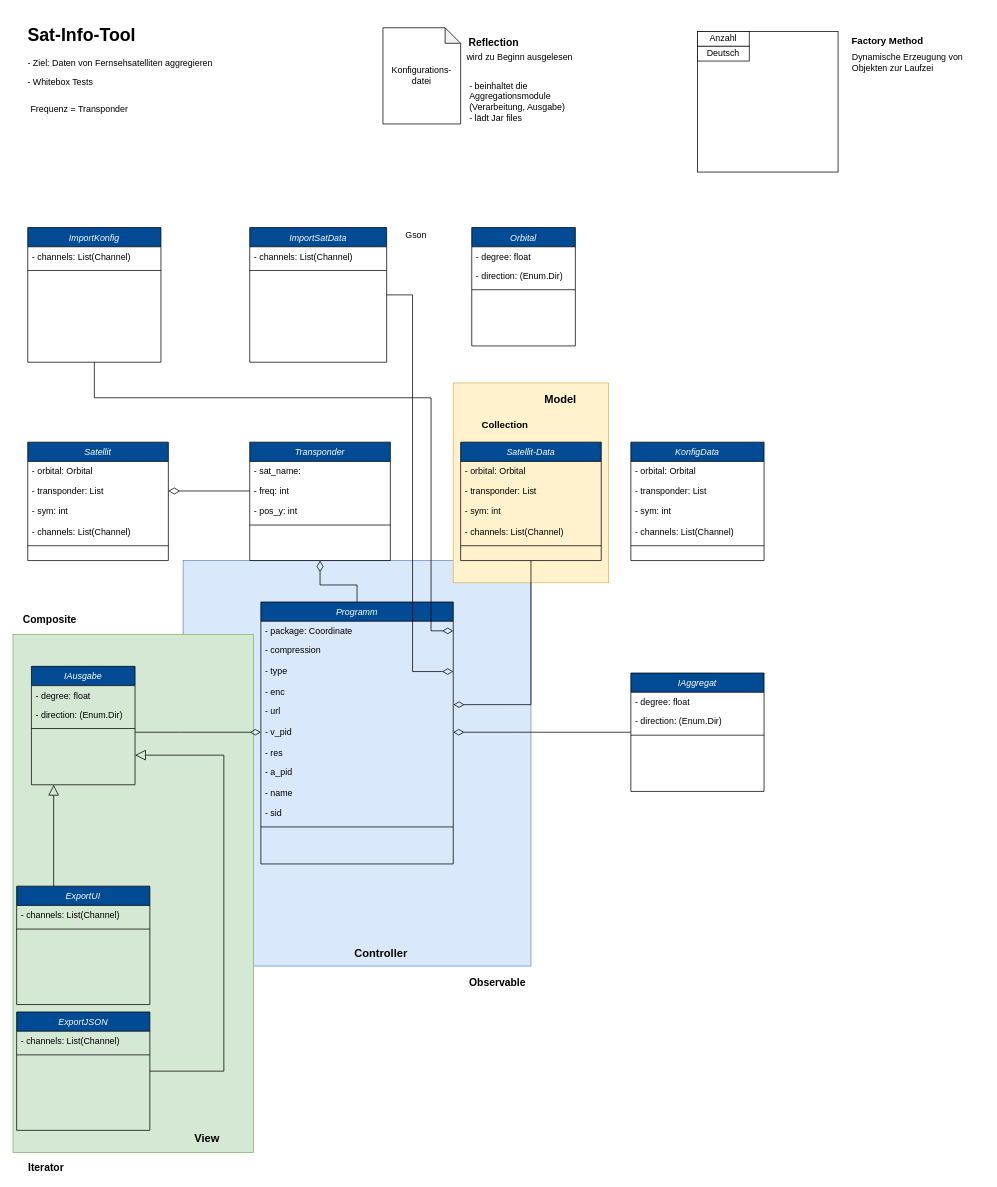
Earlier version of the draw.io diagram Sat-Info-Tool.drawio (AndelasOne/Sat-Info-Tool). Source tidied: cells renumbered, new cells numbered last; positions are measured from the earlier drawing's top-left corner, leaving out a move shared by most shapes. Both pictures are drawn from the tidied source at 74%, with x=0, y=0 at pixel (13, 20).
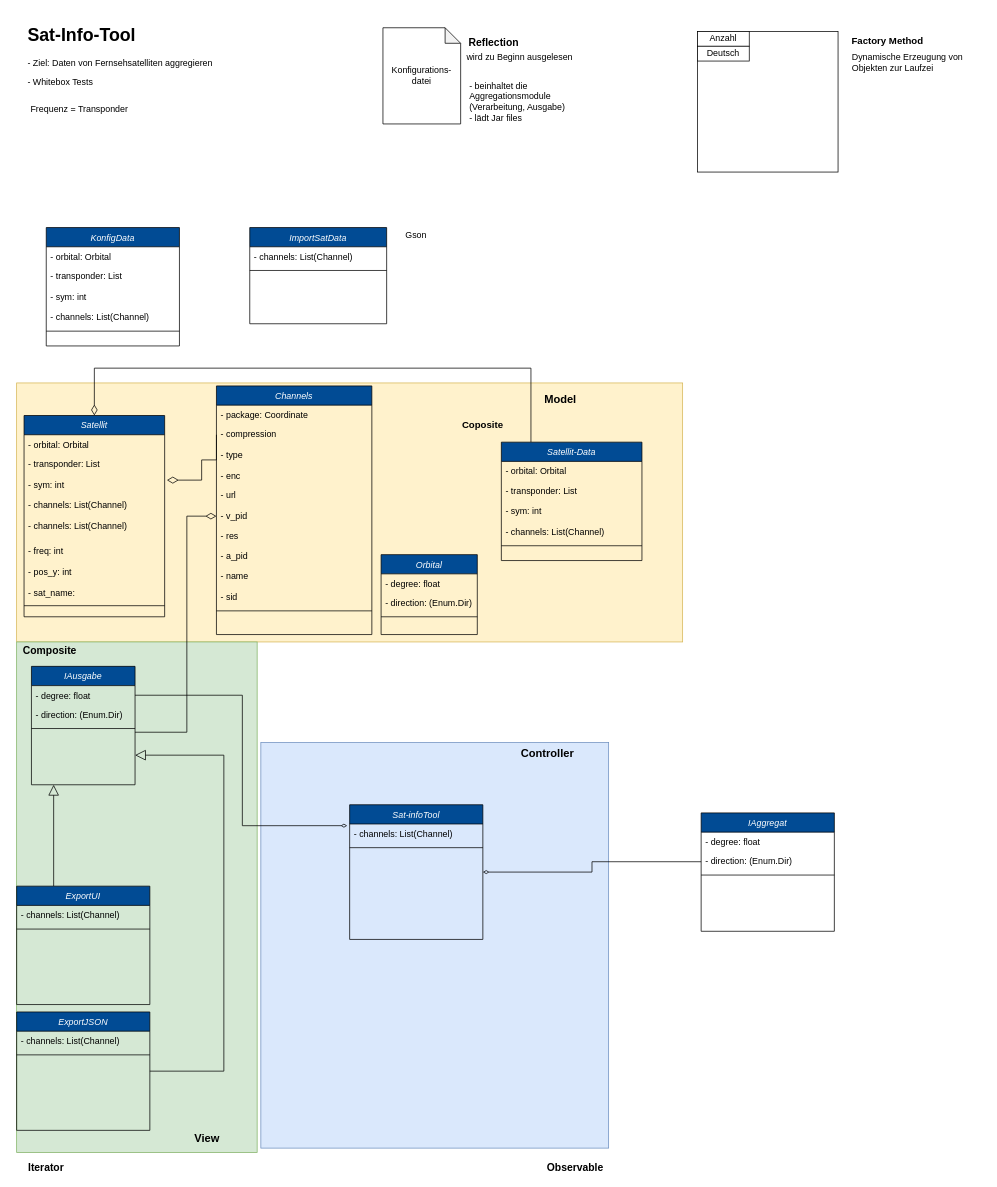
The same diagram, later.

Unchanged cells that the change refers to:
```xml
<mxCell id="20" value="- transponder: List" style="text;align=left;verticalAlign=top;spacingLeft=4;spacingRight=4;overflow=hidden;points=[[0,0.5],[1,0.5]];portConstraint=eastwest;rounded=0;shadow=0;html=0;" parent="18" vertex="1">
  <mxGeometry y="52" width="190" height="28" as="geometry" />
</mxCell>
<mxCell id="21" value="- sym: int" style="text;align=left;verticalAlign=top;spacingLeft=4;spacingRight=4;overflow=hidden;points=[[0,0.5],[1,0.5]];portConstraint=eastwest;rounded=0;shadow=0;html=0;" parent="18" vertex="1">
  <mxGeometry y="80" width="190" height="28" as="geometry" />
</mxCell>
<mxCell id="48" value="- channels: List(Channel)" style="text;align=left;verticalAlign=top;spacingLeft=4;spacingRight=4;overflow=hidden;points=[[0,0.5],[1,0.5]];portConstraint=eastwest;rounded=0;shadow=0;html=0;" parent="47" vertex="1">
  <mxGeometry y="26" width="180" height="28" as="geometry" />
</mxCell>
<mxCell id="72" value="IAusgabe" style="swimlane;fontStyle=2;align=center;verticalAlign=top;horizontal=1;startSize=26;rounded=0;shadow=0;strokeWidth=1;fillColor=#014B94;fontColor=#FFFFFF;" parent="1" vertex="1">
  <mxGeometry x="25" y="873" width="140" height="160" as="geometry" />
</mxCell>
<mxCell id="73" value="- degree: float" style="text;align=left;verticalAlign=top;spacingLeft=4;spacingRight=4;overflow=hidden;points=[[0,0.5],[1,0.5]];portConstraint=eastwest;" parent="72" vertex="1">
  <mxGeometry y="26" width="140" height="26" as="geometry" />
</mxCell>
<mxCell id="79" value="- direction: (Enum.Dir)" style="text;align=left;verticalAlign=top;spacingLeft=4;spacingRight=4;overflow=hidden;points=[[0,0.5],[1,0.5]];portConstraint=eastwest;rounded=0;shadow=0;html=0;" parent="77" vertex="1">
  <mxGeometry y="52" width="180" height="28" as="geometry" />
</mxCell>
```

Change to the diagram source:
```diff
@@
     <mxCell id="2" style="rounded=0;whiteSpace=wrap;html=1;fillColor=#dae8fc;strokeColor=#6c8ebf;" parent="1" vertex="1">
-      <mxGeometry x="230" y="730" width="470" height="548" as="geometry" />
+      <mxGeometry x="335" y="976" width="470" height="548" as="geometry" />
     </mxCell>
     <mxCell id="3" style="rounded=0;whiteSpace=wrap;html=1;fillColor=#fff2cc;strokeColor=#d6b656;" parent="1" vertex="1">
-      <mxGeometry x="595" y="490" width="210" height="270" as="geometry" />
+      <mxGeometry x="5" y="490" width="900" height="350" as="geometry" />
     </mxCell>
     <mxCell id="4" style="rounded=0;whiteSpace=wrap;html=1;fillColor=#d5e8d4;strokeColor=#82b366;" parent="1" vertex="1">
-      <mxGeometry y="830" width="325" height="700" as="geometry" />
+      <mxGeometry x="5" y="840" width="325" height="690" as="geometry" />
     </mxCell>
-    <mxCell id="5" style="edgeStyle=orthogonalEdgeStyle;rounded=0;jettySize=auto;html=1;exitX=0.5;exitY=0;exitDx=0;exitDy=0;entryX=0.5;entryY=1;entryDx=0;entryDy=0;endArrow=diamondThin;endFill=0;endSize=13;strokeWidth=1;" parent="1" edge="1" source="6" target="29">
-      <mxGeometry relative="1" as="geometry" />
+    <mxCell id="5" style="edgeStyle=orthogonalEdgeStyle;rounded=0;jettySize=auto;html=1;exitX=0;exitY=0.5;exitDx=0;exitDy=0;entryX=1.016;entryY=0.262;entryDx=0;entryDy=0;endArrow=diamondThin;endFill=0;endSize=13;strokeWidth=1;entryPerimeter=0;" parent="1" edge="1" source="8" target="21">
+      <mxGeometry relative="1" as="geometry">
+        <Array as="points">
+          <mxPoint x="255" y="594" />
+          <mxPoint x="255" y="621" />
+        </Array>
+      </mxGeometry>
     </mxCell>
-    <mxCell id="6" value="Programm" style="swimlane;fontStyle=2;align=center;verticalAlign=top;horizontal=1;startSize=26;rounded=0;shadow=0;strokeWidth=1;fillColor=#014B94;fontColor=#FFFFFF;" parent="1" vertex="1">
-      <mxGeometry x="335" y="786" width="260" height="354" as="geometry" />
+    <mxCell id="6" value="Channels" style="swimlane;fontStyle=2;align=center;verticalAlign=top;horizontal=1;startSize=26;rounded=0;shadow=0;strokeWidth=1;fillColor=#014B94;fontColor=#FFFFFF;" parent="1" vertex="1">
+      <mxGeometry x="275" y="494" width="210" height="336" as="geometry" />
     </mxCell>
     <mxCell id="7" value="- package: Coordinate" style="text;align=left;verticalAlign=top;spacingLeft=4;spacingRight=4;overflow=hidden;points=[[0,0.5],[1,0.5]];portConstraint=eastwest;" parent="6" vertex="1">
-      <mxGeometry y="26" width="260" height="26" as="geometry" />
+      <mxGeometry y="26" width="210" height="26" as="geometry" />
     </mxCell>
     <mxCell id="8" value="- compression" style="text;align=left;verticalAlign=top;spacingLeft=4;spacingRight=4;overflow=hidden;points=[[0,0.5],[1,0.5]];portConstraint=eastwest;rounded=0;shadow=0;html=0;" parent="6" vertex="1">
-      <mxGeometry y="52" width="260" height="28" as="geometry" />
+      <mxGeometry y="52" width="210" height="28" as="geometry" />
     </mxCell>
     <mxCell id="9" value="- type" style="text;align=left;verticalAlign=top;spacingLeft=4;spacingRight=4;overflow=hidden;points=[[0,0.5],[1,0.5]];portConstraint=eastwest;rounded=0;shadow=0;html=0;" parent="6" vertex="1">
-      <mxGeometry y="80" width="260" height="28" as="geometry" />
+      <mxGeometry y="80" width="210" height="28" as="geometry" />
     </mxCell>
     <mxCell id="10" value="- enc" style="text;align=left;verticalAlign=top;spacingLeft=4;spacingRight=4;overflow=hidden;" parent="6" vertex="1">
-      <mxGeometry y="108" width="260" height="26" as="geometry" />
+      <mxGeometry y="108" width="210" height="26" as="geometry" />
     </mxCell>
     <mxCell id="11" value="- url" style="text;align=left;verticalAlign=top;spacingLeft=4;spacingRight=4;overflow=hidden;points=[[0,0.5],[1,0.5]];portConstraint=eastwest;rounded=0;shadow=0;html=0;" parent="6" vertex="1">
-      <mxGeometry y="134" width="260" height="28" as="geometry" />
+      <mxGeometry y="134" width="210" height="28" as="geometry" />
     </mxCell>
     <mxCell id="12" value="- v_pid" style="text;align=left;verticalAlign=top;spacingLeft=4;spacingRight=4;overflow=hidden;points=[[0,0.5],[1,0.5]];portConstraint=eastwest;rounded=0;shadow=0;html=0;" parent="6" vertex="1">
-      <mxGeometry y="162" width="260" height="28" as="geometry" />
+      <mxGeometry y="162" width="210" height="28" as="geometry" />
     </mxCell>
     <mxCell id="13" value="- res" style="text;align=left;verticalAlign=top;spacingLeft=4;spacingRight=4;overflow=hidden;" parent="6" vertex="1">
-      <mxGeometry y="190" width="260" height="26" as="geometry" />
+      <mxGeometry y="190" width="210" height="26" as="geometry" />
     </mxCell>
     <mxCell id="14" value="- a_pid" style="text;align=left;verticalAlign=top;spacingLeft=4;spacingRight=4;overflow=hidden;rounded=0;shadow=0;html=0;" parent="6" vertex="1">
-      <mxGeometry y="216" width="260" height="28" as="geometry" />
+      <mxGeometry y="216" width="210" height="28" as="geometry" />
     </mxCell>
     <mxCell id="15" value="- name" style="text;align=left;verticalAlign=top;spacingLeft=4;spacingRight=4;overflow=hidden;rounded=0;shadow=0;html=0;" parent="6" vertex="1">
-      <mxGeometry y="244" width="260" height="28" as="geometry" />
+      <mxGeometry y="244" width="210" height="28" as="geometry" />
     </mxCell>
     <mxCell id="16" value="- sid" style="text;align=left;verticalAlign=top;spacingLeft=4;spacingRight=4;overflow=hidden;rounded=0;shadow=0;html=0;" parent="6" vertex="1">
-      <mxGeometry y="272" width="260" height="28" as="geometry" />
+      <mxGeometry y="272" width="210" height="28" as="geometry" />
     </mxCell>
     <mxCell id="17" style="line;html=1;strokeWidth=1;align=left;verticalAlign=middle;spacingTop=-1;spacingLeft=3;spacingRight=3;labelPosition=right;" parent="6" vertex="1">
-      <mxGeometry y="300" width="260" height="8" as="geometry" />
+      <mxGeometry y="300" width="210" height="8" as="geometry" />
     </mxCell>
     <mxCell id="18" value="Satellit" style="swimlane;fontStyle=2;align=center;verticalAlign=top;horizontal=1;startSize=26;rounded=0;shadow=0;strokeWidth=1;fillColor=#014B94;fontColor=#FFFFFF;" parent="1" vertex="1">
-      <mxGeometry x="20" y="570" width="190" height="160" as="geometry" />
+      <mxGeometry x="15" y="534" width="190" height="272" as="geometry" />
     </mxCell>
@@
+    <mxCell id="92" value="- channels: List(Channel)" style="text;align=left;verticalAlign=top;spacingLeft=4;spacingRight=4;overflow=hidden;rounded=0;shadow=0;html=0;" parent="18" vertex="1">
+      <mxGeometry y="136" width="190" height="34" as="geometry" />
+    </mxCell>
+    <mxCell id="31" value="- freq: int" style="text;align=left;verticalAlign=top;spacingLeft=4;spacingRight=4;overflow=hidden;points=[[0,0.5],[1,0.5]];portConstraint=eastwest;rounded=0;shadow=0;html=0;" parent="18" vertex="1">
+      <mxGeometry y="170" width="190" height="28" as="geometry" />
+    </mxCell>
+    <mxCell id="32" value="- pos_y: int" style="text;align=left;verticalAlign=top;spacingLeft=4;spacingRight=4;overflow=hidden;rounded=0;shadow=0;html=0;" parent="18" vertex="1">
+      <mxGeometry y="198" width="190" height="28" as="geometry" />
+    </mxCell>
+    <mxCell id="30" value="- sat_name:" style="text;align=left;verticalAlign=top;spacingLeft=4;spacingRight=4;overflow=hidden;" parent="18" vertex="1">
+      <mxGeometry y="226" width="190" height="26" as="geometry" />
+    </mxCell>
     <mxCell id="23" style="line;html=1;strokeWidth=1;align=left;verticalAlign=middle;spacingTop=-1;spacingLeft=3;spacingRight=3;labelPosition=right;" parent="18" vertex="1">
-      <mxGeometry y="136" width="190" height="8" as="geometry" />
+      <mxGeometry y="252" width="190" height="10" as="geometry" />
     </mxCell>
@@
     <mxCell id="25" value="Orbital" style="swimlane;fontStyle=2;align=center;verticalAlign=top;horizontal=1;startSize=26;rounded=0;shadow=0;strokeWidth=1;fillColor=#014B94;fontColor=#FFFFFF;" parent="1" vertex="1">
-      <mxGeometry x="620" y="280" width="140" height="160" as="geometry" />
+      <mxGeometry x="497.5" y="722" width="130" height="108" as="geometry" />
     </mxCell>
     <mxCell id="26" value="- degree: float" style="text;align=left;verticalAlign=top;spacingLeft=4;spacingRight=4;overflow=hidden;" parent="25" vertex="1">
-      <mxGeometry y="26" width="140" height="26" as="geometry" />
+      <mxGeometry y="26" width="130" height="26" as="geometry" />
     </mxCell>
     <mxCell id="27" value="- direction: (Enum.Dir)" style="text;align=left;verticalAlign=top;spacingLeft=4;spacingRight=4;overflow=hidden;rounded=0;shadow=0;html=0;" parent="25" vertex="1">
-      <mxGeometry y="52" width="140" height="28" as="geometry" />
+      <mxGeometry y="52" width="130" height="28" as="geometry" />
     </mxCell>
     <mxCell id="28" style="line;html=1;strokeWidth=1;align=left;verticalAlign=middle;spacingTop=-1;spacingLeft=3;spacingRight=3;labelPosition=right;" parent="25" vertex="1">
-      <mxGeometry y="80" width="140" height="8" as="geometry" />
+      <mxGeometry y="80" width="130" height="8" as="geometry" />
     </mxCell>
-    <mxCell id="29" value="Transponder" style="swimlane;fontStyle=2;align=center;verticalAlign=top;horizontal=1;startSize=26;rounded=0;shadow=0;strokeWidth=1;fillColor=#014B94;fontColor=#FFFFFF;" parent="1" vertex="1">
-      <mxGeometry x="320" y="570" width="190" height="160" as="geometry" />
-    </mxCell>
-    <mxCell id="30" value="- sat_name:" style="text;align=left;verticalAlign=top;spacingLeft=4;spacingRight=4;overflow=hidden;" parent="29" vertex="1">
-      <mxGeometry y="26" width="190" height="26" as="geometry" />
-    </mxCell>
-    <mxCell id="31" value="- freq: int" style="text;align=left;verticalAlign=top;spacingLeft=4;spacingRight=4;overflow=hidden;points=[[0,0.5],[1,0.5]];portConstraint=eastwest;rounded=0;shadow=0;html=0;" parent="29" vertex="1">
-      <mxGeometry y="52" width="190" height="28" as="geometry" />
-    </mxCell>
-    <mxCell id="32" value="- pos_y: int" style="text;align=left;verticalAlign=top;spacingLeft=4;spacingRight=4;overflow=hidden;rounded=0;shadow=0;html=0;" parent="29" vertex="1">
-      <mxGeometry y="80" width="190" height="28" as="geometry" />
-    </mxCell>
-    <mxCell id="33" style="line;html=1;strokeWidth=1;align=left;verticalAlign=middle;spacingTop=-1;spacingLeft=3;spacingRight=3;labelPosition=right;" parent="29" vertex="1">
-      <mxGeometry y="108" width="190" height="8" as="geometry" />
-    </mxCell>
@@
-    <mxCell id="35" style="edgeStyle=orthogonalEdgeStyle;rounded=0;jettySize=auto;html=1;entryX=1;entryY=0.5;entryDx=0;entryDy=0;endArrow=diamondThin;endFill=0;strokeWidth=1;endSize=13;" parent="1" edge="1" source="31" target="20">
-      <mxGeometry relative="1" as="geometry" />
-    </mxCell>
@@
     <mxCell id="40" value="KonfigData" style="swimlane;fontStyle=2;align=center;verticalAlign=top;horizontal=1;startSize=26;rounded=0;shadow=0;strokeWidth=1;fillColor=#014B94;fontColor=#FFFFFF;" parent="1" vertex="1">
-      <mxGeometry x="835" y="570" width="180" height="160" as="geometry" />
+      <mxGeometry x="45" y="280" width="180" height="160" as="geometry" />
     </mxCell>
@@
-    <mxCell id="46" style="edgeStyle=orthogonalEdgeStyle;rounded=0;jettySize=auto;html=1;entryX=1;entryY=0.5;entryDx=0;entryDy=0;endArrow=diamondThin;endFill=0;endSize=12;strokeWidth=1;" parent="1" edge="1" source="47" target="7">
-      <mxGeometry relative="1" as="geometry">
-        <Array as="points">
-          <mxPoint x="110" y="510" />
-          <mxPoint x="565" y="510" />
-          <mxPoint x="565" y="825" />
-        </Array>
-      </mxGeometry>
-    </mxCell>
-    <mxCell id="47" value="ImportKonfig" style="swimlane;fontStyle=2;align=center;verticalAlign=top;horizontal=1;startSize=26;rounded=0;shadow=0;strokeWidth=1;fillColor=#014B94;fontColor=#FFFFFF;" parent="1" vertex="1">
-      <mxGeometry x="20" y="280" width="180" height="182" as="geometry" />
+    <mxCell id="47" value="Sat-infoTool" style="swimlane;fontStyle=2;align=center;verticalAlign=top;horizontal=1;startSize=26;rounded=0;shadow=0;strokeWidth=1;fillColor=#014B94;fontColor=#FFFFFF;" parent="1" vertex="1">
+      <mxGeometry x="455" y="1060" width="180" height="182" as="geometry" />
     </mxCell>
@@
-    <mxCell id="58" style="edgeStyle=orthogonalEdgeStyle;rounded=0;jettySize=auto;html=1;entryX=1.001;entryY=0.169;entryDx=0;entryDy=0;entryPerimeter=0;endArrow=diamondThin;endFill=0;endSize=12;strokeWidth=1;" parent="1" edge="1" source="59" target="11">
-      <mxGeometry relative="1" as="geometry" />
+    <mxCell id="58" style="edgeStyle=orthogonalEdgeStyle;rounded=0;jettySize=auto;html=1;entryX=0.5;entryY=0;entryDx=0;entryDy=0;endArrow=diamondThin;endFill=0;endSize=12;strokeWidth=1;" parent="1" edge="1" source="59" target="18">
+      <mxGeometry relative="1" as="geometry">
+        <Array as="points">
+          <mxPoint x="700" y="470" />
+          <mxPoint x="110" y="470" />
+        </Array>
+      </mxGeometry>
     </mxCell>
     <mxCell id="59" value="Satellit-Data" style="swimlane;fontStyle=2;align=center;verticalAlign=top;horizontal=1;startSize=26;rounded=0;shadow=0;strokeWidth=1;fillColor=#014B94;fontColor=#FFFFFF;" parent="1" vertex="1">
-      <mxGeometry x="605" y="570" width="190" height="160" as="geometry" />
+      <mxGeometry x="660" y="570" width="190" height="160" as="geometry" />
     </mxCell>
@@
-    <mxCell id="68" value="&lt;b&gt;&lt;font style=&quot;font-size: 13px&quot;&gt;Collection&lt;/font&gt;&lt;/b&gt;" style="text;html=1;strokeColor=none;fillColor=none;align=center;verticalAlign=middle;whiteSpace=wrap;rounded=0;" parent="1" vertex="1">
-      <mxGeometry x="615" y="534" width="100" height="24" as="geometry" />
+    <mxCell id="68" value="&lt;b&gt;&lt;font style=&quot;font-size: 13px&quot;&gt;Coposite&lt;/font&gt;&lt;/b&gt;" style="text;html=1;strokeColor=none;fillColor=none;align=center;verticalAlign=middle;whiteSpace=wrap;rounded=0;" parent="1" vertex="1">
+      <mxGeometry x="585" y="534" width="100" height="24" as="geometry" />
     </mxCell>
@@
     <mxCell id="71" style="edgeStyle=orthogonalEdgeStyle;rounded=0;jettySize=auto;html=1;entryX=0;entryY=0.5;entryDx=0;entryDy=0;endArrow=diamondThin;endFill=0;strokeWidth=1;endSize=12;" parent="1" edge="1" source="72" target="12">
       <mxGeometry relative="1" as="geometry">
         <Array as="points">
-          <mxPoint x="225" y="962" />
-          <mxPoint x="225" y="962" />
+          <mxPoint x="235" y="962" />
+          <mxPoint x="235" y="670" />
         </Array>
       </mxGeometry>
     </mxCell>
@@
-    <mxCell id="76" style="edgeStyle=orthogonalEdgeStyle;rounded=0;jettySize=auto;html=1;entryX=1;entryY=0.5;entryDx=0;entryDy=0;endSize=12;endArrow=diamondThin;endFill=0;" parent="1" edge="1" source="77" target="12">
-      <mxGeometry relative="1" as="geometry">
-        <Array as="points">
-          <mxPoint x="685" y="962" />
-          <mxPoint x="685" y="962" />
-        </Array>
-      </mxGeometry>
-    </mxCell>
     <mxCell id="77" value="IAggregat" style="swimlane;fontStyle=2;align=center;verticalAlign=top;horizontal=1;startSize=26;rounded=0;shadow=0;strokeWidth=1;fillColor=#014B94;fontColor=#FFFFFF;" parent="1" vertex="1">
-      <mxGeometry x="835" y="882" width="180" height="160" as="geometry" />
+      <mxGeometry x="930" y="1071" width="180" height="160" as="geometry" />
     </mxCell>
@@
-    <mxCell id="82" style="edgeStyle=orthogonalEdgeStyle;rounded=0;jettySize=auto;html=1;entryX=1;entryY=0.5;entryDx=0;entryDy=0;endArrow=diamondThin;endFill=0;endSize=12;strokeWidth=1;" parent="1" edge="1" source="83" target="9">
-      <mxGeometry relative="1" as="geometry">
-        <Array as="points">
-          <mxPoint x="540" y="371" />
-          <mxPoint x="540" y="880" />
-        </Array>
-      </mxGeometry>
-    </mxCell>
     <mxCell id="83" value="ImportSatData&#10;" style="swimlane;fontStyle=2;align=center;verticalAlign=top;horizontal=1;startSize=26;rounded=0;shadow=0;strokeWidth=1;fillColor=#014B94;fontColor=#FFFFFF;" parent="1" vertex="1">
-      <mxGeometry x="320" y="280" width="185" height="182" as="geometry" />
+      <mxGeometry x="320" y="280" width="185" height="130" as="geometry" />
     </mxCell>
@@
     <mxCell id="86" value="&lt;font style=&quot;font-size: 15px&quot;&gt;&lt;b&gt;Controller&lt;/b&gt;&lt;/font&gt;" style="text;html=1;strokeColor=none;fillColor=none;align=center;verticalAlign=middle;whiteSpace=wrap;rounded=0;" parent="1" vertex="1">
-      <mxGeometry x="400" y="1250" width="195" height="20" as="geometry" />
+      <mxGeometry x="625" y="980" width="195" height="20" as="geometry" />
     </mxCell>
@@
     <mxCell id="89" value="&lt;b&gt;&lt;font style=&quot;font-size: 14px&quot;&gt;Composite&lt;/font&gt;&lt;/b&gt;" style="text;html=1;strokeColor=none;fillColor=none;align=center;verticalAlign=middle;whiteSpace=wrap;rounded=0;" parent="1" vertex="1">
-      <mxGeometry x="5" y="800" width="90" height="20" as="geometry" />
+      <mxGeometry x="5" y="842" width="90" height="20" as="geometry" />
     </mxCell>
     <mxCell id="90" value="&lt;span style=&quot;font-size: 14px&quot;&gt;&lt;b&gt;Observable&lt;/b&gt;&lt;/span&gt;" style="text;html=1;strokeColor=none;fillColor=none;align=center;verticalAlign=middle;whiteSpace=wrap;rounded=0;" parent="1" vertex="1">
-      <mxGeometry x="610" y="1290" width="90" height="20" as="geometry" />
+      <mxGeometry x="715" y="1540" width="90" height="20" as="geometry" />
     </mxCell>
@@
+    <mxCell id="93" style="edgeStyle=orthogonalEdgeStyle;rounded=0;jettySize=auto;html=1;exitX=1;exitY=0.5;exitDx=0;exitDy=0;entryX=-0.018;entryY=0.081;entryDx=0;entryDy=0;entryPerimeter=0;endArrow=diamondThin;endFill=0;jumpSize=11;targetPerimeterSpacing=5;" parent="1" edge="1" source="73" target="48">
+      <mxGeometry relative="1" as="geometry" />
+    </mxCell>
+    <mxCell id="94" style="edgeStyle=orthogonalEdgeStyle;rounded=0;jumpSize=11;jettySize=auto;html=1;entryX=1;entryY=0.5;entryDx=0;entryDy=0;endArrow=diamondThin;endFill=0;targetPerimeterSpacing=5;strokeWidth=1;sourcePerimeterSpacing=0;" parent="1" edge="1" source="79" target="47">
+      <mxGeometry relative="1" as="geometry" />
+    </mxCell>
```
